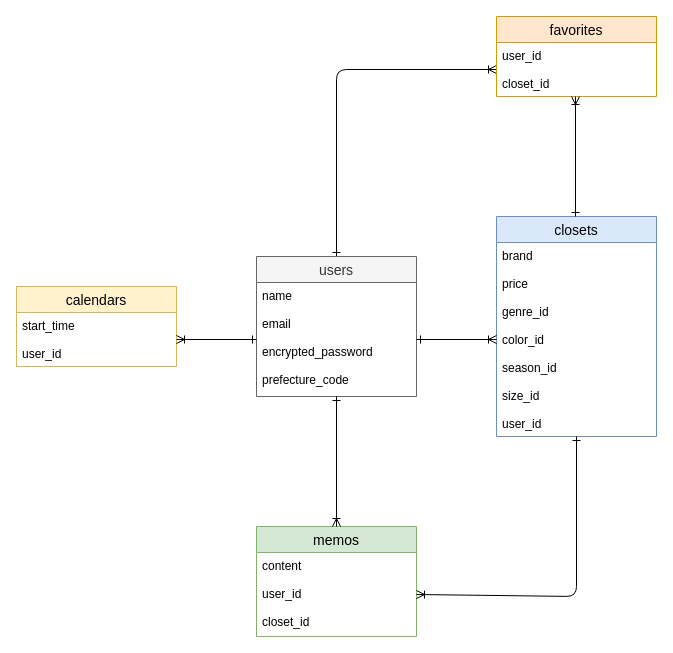
Before: ER.dio in Tsukumo290/app-38322, a draw.io diagram. Source tidied: cells renumbered, new cells numbered last; positions are measured from the earlier drawing's top-left corner, leaving out a move shared by most shapes. Both pictures are drawn from the tidied source at 100%, with x=0, y=0 at pixel (16, 16).
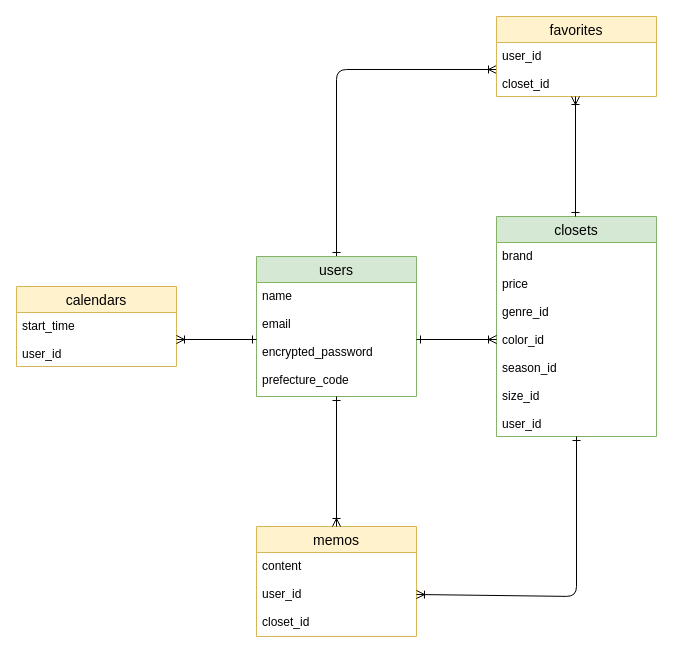
The same diagram, later.

Commit message (it also covers changes not shown here):
ER図の色修正

The edit, as a diff of the source:
```diff
@@
-    <mxCell id="3" value="users" style="swimlane;fontStyle=0;horizontal=1;startSize=26;align=center;fontSize=14;fillColor=#f5f5f5;fontColor=#333333;strokeColor=#666666;" parent="1" vertex="1">
+    <mxCell id="3" value="users" style="swimlane;fontStyle=0;horizontal=1;startSize=26;align=center;fontSize=14;fillColor=#d5e8d4;strokeColor=#82b366;" parent="1" vertex="1">
       <mxGeometry x="240" y="240" width="160" height="140" as="geometry" />
     </mxCell>
@@
-    <mxCell id="5" value="closets" style="swimlane;fontStyle=0;horizontal=1;startSize=26;align=center;fontSize=14;fillColor=#dae8fc;strokeColor=#6c8ebf;" parent="1" vertex="1">
+    <mxCell id="5" value="closets" style="swimlane;fontStyle=0;horizontal=1;startSize=26;align=center;fontSize=14;fillColor=#d5e8d4;strokeColor=#82b366;" parent="1" vertex="1">
       <mxGeometry x="480" y="200" width="160" height="220" as="geometry" />
     </mxCell>
@@
-    <mxCell id="8" value="memos" style="swimlane;fontStyle=0;horizontal=1;startSize=26;align=center;fontSize=14;fillColor=#d5e8d4;strokeColor=#82b366;" parent="1" vertex="1">
+    <mxCell id="8" value="memos" style="swimlane;fontStyle=0;horizontal=1;startSize=26;align=center;fontSize=14;fillColor=#fff2cc;strokeColor=#d6b656;" parent="1" vertex="1">
       <mxGeometry x="240" y="510" width="160" height="110" as="geometry" />
     </mxCell>
@@
-    <mxCell id="12" value="favorites" style="swimlane;fontStyle=0;horizontal=1;startSize=26;align=center;fontSize=14;fillColor=#ffe6cc;strokeColor=#d79b00;" parent="1" vertex="1">
+    <mxCell id="12" value="favorites" style="swimlane;fontStyle=0;horizontal=1;startSize=26;align=center;fontSize=14;fillColor=#fff2cc;strokeColor=#d6b656;swimlaneFillColor=none;" parent="1" vertex="1">
       <mxGeometry x="480" width="160" height="80" as="geometry" />
     </mxCell>
```
